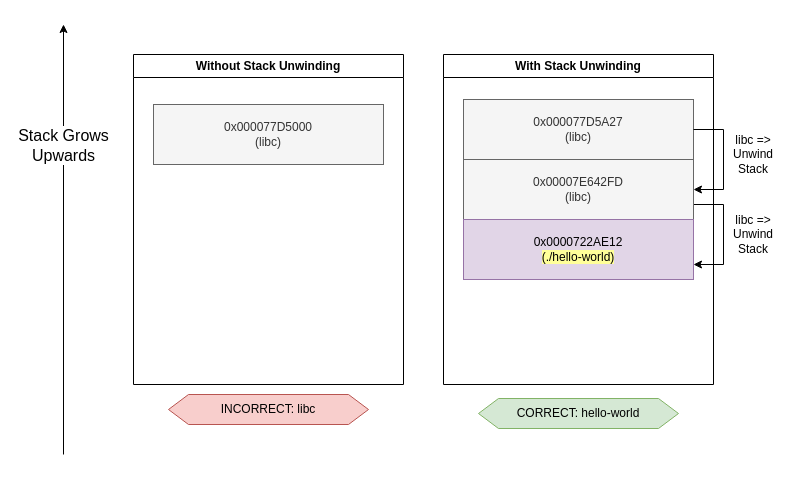
Before: diagrams/stack-unwinding.drawio in tcassar-diss/report, a draw.io diagram. Source tidied: cells renumbered, new cells numbered last; positions are measured from the earlier drawing's top-left corner, leaving out a move shared by most shapes. Both pictures are drawn from the tidied source at 100%, with x=0, y=0 at pixel (63, 24).
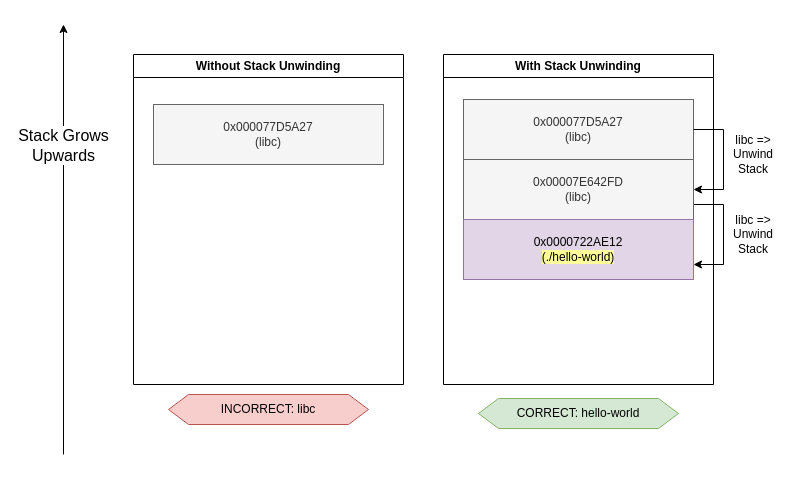
The same diagram, later.

The change refers to these unchanged cells:
```xml
<mxCell id="10" value="Without Stack Unwinding" style="swimlane;whiteSpace=wrap;html=1;" parent="1" vertex="1">
  <mxGeometry x="70" y="30" width="270" height="330" as="geometry" />
</mxCell>
```

Change to the diagram source:
```diff
@@
-    <mxCell id="11" value="0x000077D5000&lt;div&gt;(libc)&lt;/div&gt;" style="rounded=0;whiteSpace=wrap;html=1;fillColor=#f5f5f5;strokeColor=#666666;fontColor=#333333;" parent="10" vertex="1">
+    <mxCell id="11" value="0x000077D5A27&lt;br&gt;&lt;div&gt;(libc)&lt;/div&gt;" style="rounded=0;whiteSpace=wrap;html=1;fillColor=#f5f5f5;strokeColor=#666666;fontColor=#333333;" parent="10" vertex="1">
       <mxGeometry x="20" y="50" width="230" height="60" as="geometry" />
     </mxCell>
```
